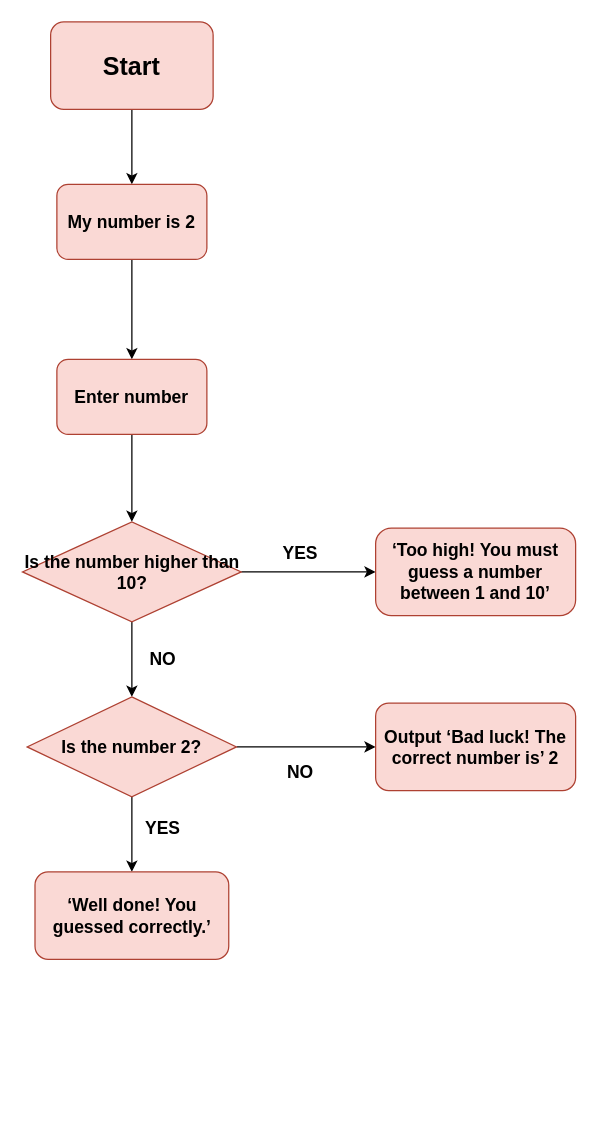
Earlier version of the draw.io diagram แบบแผนที่ยังไม่ได้ตั้งชื่อ.drawio (fifaepik/paranroj-fifa). Source tidied: cells renumbered, new cells numbered last; positions are measured from the earlier drawing's top-left corner, leaving out a move shared by most shapes. Both pictures are drawn from the tidied source at 125%, with x=0, y=0 at pixel (22, 21).
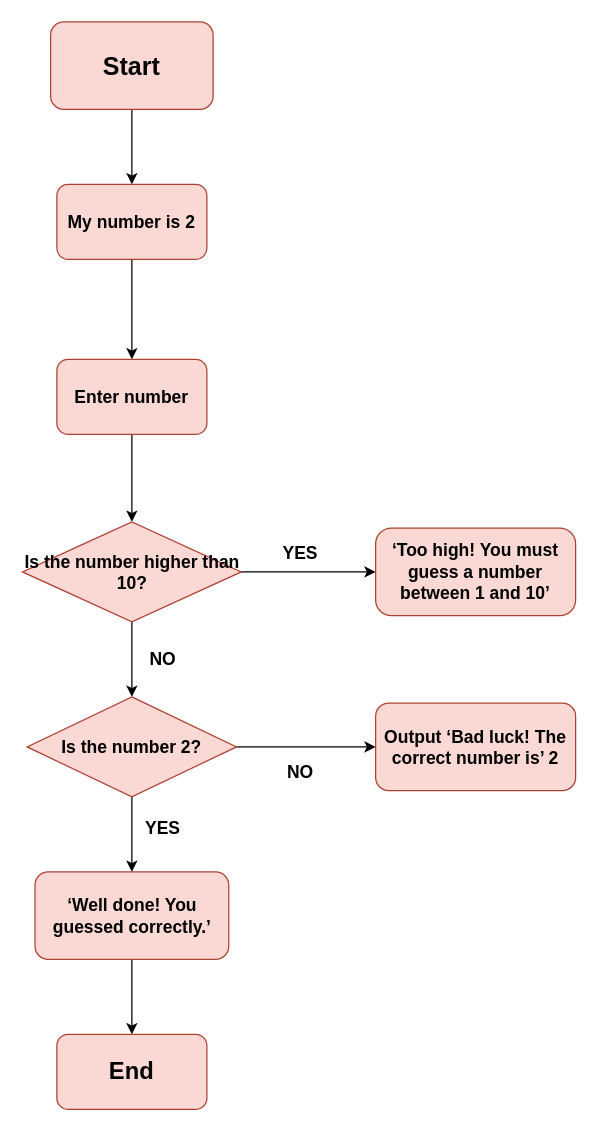
After the change.

Unchanged cells that the change refers to:
```xml
<mxCell id="16" value="&lt;b&gt;‘Well done! You guessed correctly.’&lt;/b&gt;" style="rounded=1;whiteSpace=wrap;html=1;fontSize=14;fillColor=#fad9d5;strokeColor=#ae4132;" parent="1" vertex="1">
  <mxGeometry x="9.5" y="680" width="155" height="70" as="geometry" />
</mxCell>
```

The edit, as a diff of the source:
```diff
@@
+    <mxCell id="21" style="edgeStyle=orthogonalEdgeStyle;rounded=0;jettySize=auto;html=1;fontSize=14;" parent="1" edge="1" source="16" target="22">
+      <mxGeometry relative="1" as="geometry" />
+    </mxCell>
@@
+    <mxCell id="22" value="&lt;b&gt;&lt;font style=&quot;font-size: 19px;&quot;&gt;End&lt;/font&gt;&lt;/b&gt;" style="whiteSpace=wrap;html=1;fontSize=14;fillColor=#fad9d5;strokeColor=#ae4132;rounded=1;" parent="1" vertex="1">
+      <mxGeometry x="27" y="810" width="120" height="60" as="geometry" />
+    </mxCell>
```
